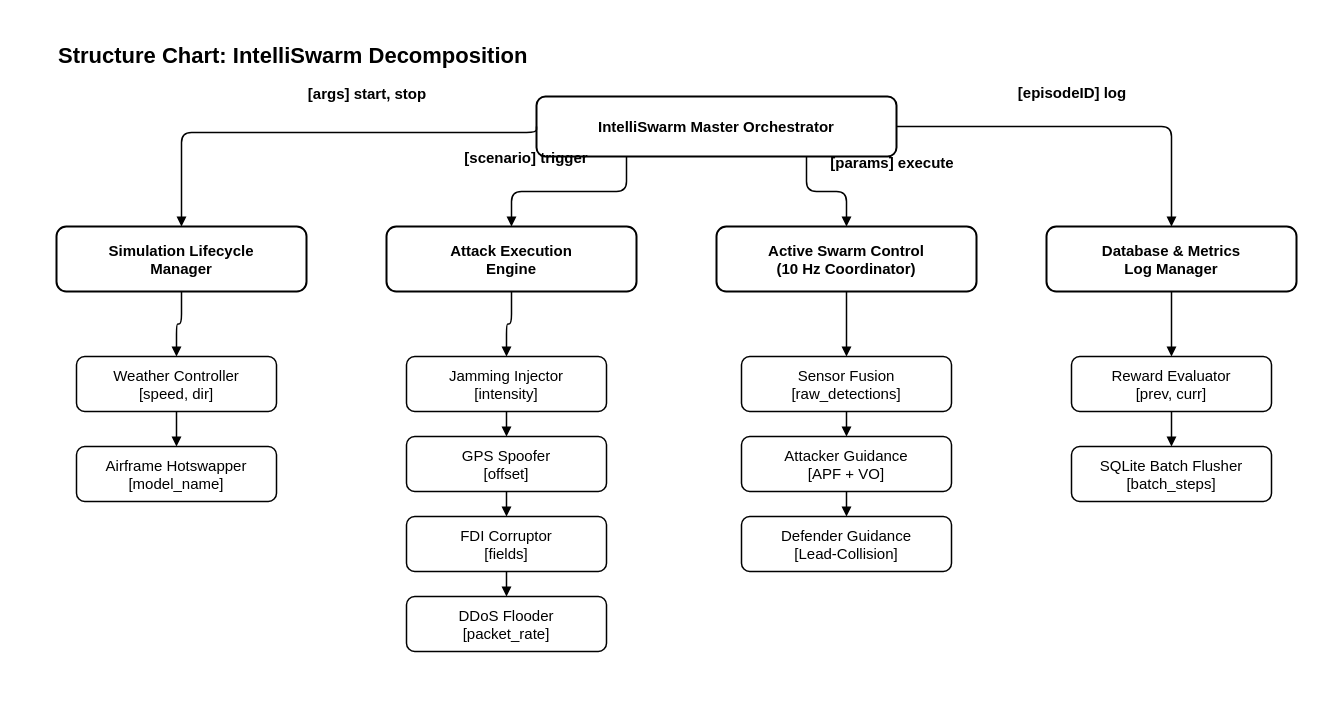
The draw.io diagram 12_structure_chart.drawio in sjd-1214/diagrams, before the edit. Source tidied: cells renumbered, new cells numbered last; positions are measured from the earlier drawing's top-left corner, leaving out a move shared by most shapes. Both pictures are drawn from the tidied source at 100%, with x=0, y=0 at pixel (56, 36).
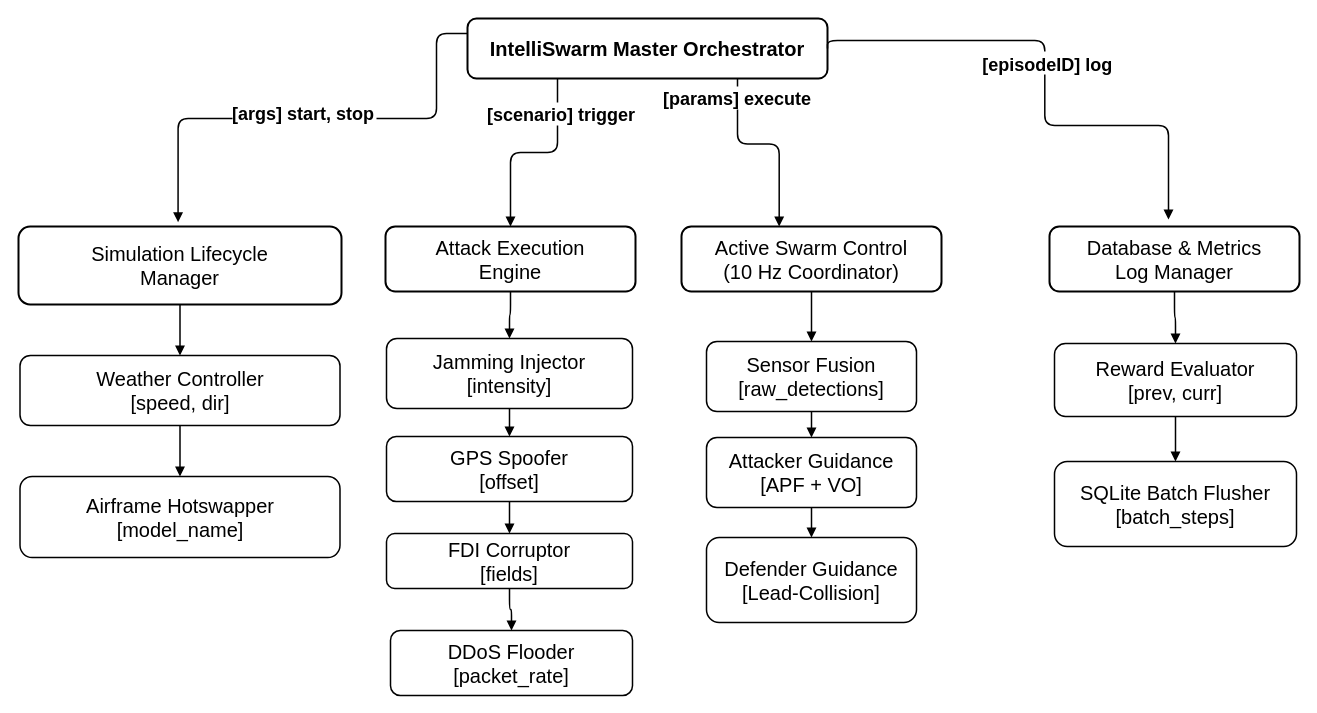
Above is the later version.

Commit message:
` -> wait, the diff provided in the prompt is malformed or cuts off mid-way.             Let's re-read the diff provided in the prompt carefully:             ```

What changed in the source:
```diff
@@
-    <mxCell id="2" value="&lt;b&gt;Structure Chart: IntelliSwarm Decomposition&lt;/b&gt;" style="text;html=1;fontFamily=Helvetica;fontColor=#000000;fontSize=22;fontStyle=1;fillColor=none;" parent="1" vertex="1">
-      <mxGeometry width="1200" height="35" as="geometry" />
-    </mxCell>
-    <mxCell id="3" value="&lt;b&gt;IntelliSwarm Master Orchestrator&lt;/b&gt;" style="rounded=1;whiteSpace=wrap;html=1;fillColor=none;strokeColor=#000000;strokeWidth=2;fontSize=15;fontFamily=Helvetica;fontColor=#000000;fontStyle=1;" parent="1" vertex="1">
-      <mxGeometry x="480" y="60" width="360" height="60" as="geometry" />
+    <mxCell id="3" value="&lt;b&gt;&lt;font style=&quot;font-size: 20px;&quot;&gt;IntelliSwarm Master Orchestrator&lt;/font&gt;&lt;/b&gt;" style="rounded=1;whiteSpace=wrap;html=1;fillColor=none;strokeColor=#000000;strokeWidth=2;fontSize=15;fontFamily=Helvetica;fontColor=#000000;fontStyle=1;" parent="1" vertex="1">
+      <mxGeometry x="411" y="-18" width="360" height="60" as="geometry" />
     </mxCell>
-    <mxCell id="4" value="&lt;b&gt;Simulation Lifecycle&lt;br&gt;Manager&lt;/b&gt;" style="rounded=1;whiteSpace=wrap;html=1;fillColor=none;strokeColor=#000000;strokeWidth=2;fontSize=15;fontFamily=Helvetica;fontColor=#000000;fontStyle=1;" parent="1" vertex="1">
-      <mxGeometry y="190" width="250" height="65" as="geometry" />
+    <mxCell id="4" value="&lt;font style=&quot;font-size: 20px; font-weight: normal;&quot;&gt;Simulation Lifecycle&lt;br&gt;Manager&lt;/font&gt;" style="rounded=1;whiteSpace=wrap;html=1;fillColor=none;strokeColor=#000000;strokeWidth=2;fontSize=15;fontFamily=Helvetica;fontColor=#000000;fontStyle=1;" parent="1" vertex="1">
+      <mxGeometry x="-38" y="190" width="323" height="78" as="geometry" />
     </mxCell>
-    <mxCell id="5" value="&lt;b&gt;Attack Execution&lt;br&gt;Engine&lt;/b&gt;" style="rounded=1;whiteSpace=wrap;html=1;fillColor=none;strokeColor=#000000;strokeWidth=2;fontSize=15;fontFamily=Helvetica;fontColor=#000000;fontStyle=1;" parent="1" vertex="1">
-      <mxGeometry x="330" y="190" width="250" height="65" as="geometry" />
+    <mxCell id="5" value="&lt;font style=&quot;font-size: 20px; font-weight: normal;&quot;&gt;Attack Execution&lt;br&gt;Engine&lt;/font&gt;" style="rounded=1;whiteSpace=wrap;html=1;fillColor=none;strokeColor=#000000;strokeWidth=2;fontSize=15;fontFamily=Helvetica;fontColor=#000000;fontStyle=1;" parent="1" vertex="1">
+      <mxGeometry x="329" y="190" width="250" height="65" as="geometry" />
     </mxCell>
-    <mxCell id="6" value="&lt;b&gt;Active Swarm Control&lt;br&gt;(10 Hz Coordinator)&lt;/b&gt;" style="rounded=1;whiteSpace=wrap;html=1;fillColor=none;strokeColor=#000000;strokeWidth=2;fontSize=15;fontFamily=Helvetica;fontColor=#000000;fontStyle=1;" parent="1" vertex="1">
-      <mxGeometry x="660" y="190" width="260" height="65" as="geometry" />
+    <mxCell id="6" value="&lt;font style=&quot;font-size: 20px; font-weight: normal;&quot;&gt;Active Swarm Control&lt;br&gt;(10 Hz Coordinator)&lt;/font&gt;" style="rounded=1;whiteSpace=wrap;html=1;fillColor=none;strokeColor=#000000;strokeWidth=2;fontSize=15;fontFamily=Helvetica;fontColor=#000000;fontStyle=1;" parent="1" vertex="1">
+      <mxGeometry x="625" y="190" width="260" height="65" as="geometry" />
     </mxCell>
-    <mxCell id="7" value="&lt;b&gt;Database &amp;amp; Metrics&lt;br&gt;Log Manager&lt;/b&gt;" style="rounded=1;whiteSpace=wrap;html=1;fillColor=none;strokeColor=#000000;strokeWidth=2;fontSize=15;fontFamily=Helvetica;fontColor=#000000;fontStyle=1;" parent="1" vertex="1">
-      <mxGeometry x="990" y="190" width="250" height="65" as="geometry" />
+    <mxCell id="7" value="&lt;span style=&quot;font-weight: normal;&quot;&gt;&lt;font style=&quot;font-size: 20px;&quot;&gt;Database &amp;amp; Metrics&lt;br&gt;Log Manager&lt;/font&gt;&lt;/span&gt;" style="rounded=1;whiteSpace=wrap;html=1;fillColor=none;strokeColor=#000000;strokeWidth=2;fontSize=15;fontFamily=Helvetica;fontColor=#000000;fontStyle=1;" parent="1" vertex="1">
+      <mxGeometry x="993" y="190" width="250" height="65" as="geometry" />
     </mxCell>
-    <mxCell id="8" value="Weather Controller&lt;br&gt;[speed, dir]" style="rounded=1;whiteSpace=wrap;html=1;fillColor=none;strokeColor=#000000;strokeWidth=1.5;fontSize=15;fontFamily=Helvetica;fontColor=#000000;" parent="1" vertex="1">
-      <mxGeometry x="20" y="320" width="200" height="55" as="geometry" />
+    <mxCell id="8" value="&lt;font style=&quot;font-size: 20px;&quot;&gt;Weather Controller&lt;br&gt;[speed, dir]&lt;/font&gt;" style="rounded=1;whiteSpace=wrap;html=1;fillColor=none;strokeColor=#000000;strokeWidth=1.5;fontSize=15;fontFamily=Helvetica;fontColor=#000000;" parent="1" vertex="1">
+      <mxGeometry x="-36.5" y="319" width="320" height="70" as="geometry" />
     </mxCell>
-    <mxCell id="9" value="Airframe Hotswapper&lt;br&gt;[model_name]" style="rounded=1;whiteSpace=wrap;html=1;fillColor=none;strokeColor=#000000;strokeWidth=1.5;fontSize=15;fontFamily=Helvetica;fontColor=#000000;" parent="1" vertex="1">
-      <mxGeometry x="20" y="410" width="200" height="55" as="geometry" />
+    <mxCell id="9" value="&lt;font style=&quot;font-size: 20px;&quot;&gt;Airframe Hotswapper&lt;br&gt;[model_name]&lt;/font&gt;" style="rounded=1;whiteSpace=wrap;html=1;fillColor=none;strokeColor=#000000;strokeWidth=1.5;fontSize=15;fontFamily=Helvetica;fontColor=#000000;" parent="1" vertex="1">
+      <mxGeometry x="-36.5" y="440" width="320" height="81" as="geometry" />
     </mxCell>
-    <mxCell id="10" value="Jamming Injector&lt;br&gt;[intensity]" style="rounded=1;whiteSpace=wrap;html=1;fillColor=none;strokeColor=#000000;strokeWidth=1.5;fontSize=15;fontFamily=Helvetica;fontColor=#000000;" parent="1" vertex="1">
-      <mxGeometry x="350" y="320" width="200" height="55" as="geometry" />
+    <mxCell id="10" value="&lt;font style=&quot;font-size: 20px;&quot;&gt;Jamming Injector&lt;br&gt;[intensity]&lt;/font&gt;" style="rounded=1;whiteSpace=wrap;html=1;fillColor=none;strokeColor=#000000;strokeWidth=1.5;fontSize=15;fontFamily=Helvetica;fontColor=#000000;" parent="1" vertex="1">
+      <mxGeometry x="330" y="302" width="246" height="70" as="geometry" />
     </mxCell>
-    <mxCell id="11" value="GPS Spoofer&lt;br&gt;[offset]" style="rounded=1;whiteSpace=wrap;html=1;fillColor=none;strokeColor=#000000;strokeWidth=1.5;fontSize=15;fontFamily=Helvetica;fontColor=#000000;" parent="1" vertex="1">
-      <mxGeometry x="350" y="400" width="200" height="55" as="geometry" />
+    <mxCell id="11" value="&lt;font style=&quot;font-size: 20px;&quot;&gt;GPS Spoofer&lt;br&gt;[offset]&lt;/font&gt;" style="rounded=1;whiteSpace=wrap;html=1;fillColor=none;strokeColor=#000000;strokeWidth=1.5;fontSize=15;fontFamily=Helvetica;fontColor=#000000;" parent="1" vertex="1">
+      <mxGeometry x="330" y="400" width="246" height="65" as="geometry" />
     </mxCell>
-    <mxCell id="12" value="FDI Corruptor&lt;br&gt;[fields]" style="rounded=1;whiteSpace=wrap;html=1;fillColor=none;strokeColor=#000000;strokeWidth=1.5;fontSize=15;fontFamily=Helvetica;fontColor=#000000;" parent="1" vertex="1">
-      <mxGeometry x="350" y="480" width="200" height="55" as="geometry" />
+    <mxCell id="12" value="&lt;font style=&quot;font-size: 20px;&quot;&gt;FDI Corruptor&lt;br&gt;[fields]&lt;/font&gt;" style="rounded=1;whiteSpace=wrap;html=1;fillColor=none;strokeColor=#000000;strokeWidth=1.5;fontSize=15;fontFamily=Helvetica;fontColor=#000000;" parent="1" vertex="1">
+      <mxGeometry x="330" y="497" width="246" height="55" as="geometry" />
     </mxCell>
-    <mxCell id="13" value="DDoS Flooder&lt;br&gt;[packet_rate]" style="rounded=1;whiteSpace=wrap;html=1;fillColor=none;strokeColor=#000000;strokeWidth=1.5;fontSize=15;fontFamily=Helvetica;fontColor=#000000;" parent="1" vertex="1">
-      <mxGeometry x="350" y="560" width="200" height="55" as="geometry" />
+    <mxCell id="13" value="&lt;font style=&quot;font-size: 20px;&quot;&gt;DDoS Flooder&lt;br&gt;[packet_rate]&lt;/font&gt;" style="rounded=1;whiteSpace=wrap;html=1;fillColor=none;strokeColor=#000000;strokeWidth=1.5;fontSize=15;fontFamily=Helvetica;fontColor=#000000;" parent="1" vertex="1">
+      <mxGeometry x="334" y="594" width="242" height="65" as="geometry" />
     </mxCell>
-    <mxCell id="14" value="Sensor Fusion&lt;br&gt;[raw_detections]" style="rounded=1;whiteSpace=wrap;html=1;fillColor=none;strokeColor=#000000;strokeWidth=1.5;fontSize=15;fontFamily=Helvetica;fontColor=#000000;" parent="1" vertex="1">
-      <mxGeometry x="685" y="320" width="210" height="55" as="geometry" />
+    <mxCell id="14" value="&lt;font style=&quot;font-size: 20px;&quot;&gt;Sensor Fusion&lt;br&gt;[raw_detections]&lt;/font&gt;" style="rounded=1;whiteSpace=wrap;html=1;fillColor=none;strokeColor=#000000;strokeWidth=1.5;fontSize=15;fontFamily=Helvetica;fontColor=#000000;" parent="1" vertex="1">
+      <mxGeometry x="650" y="305" width="210" height="70" as="geometry" />
     </mxCell>
-    <mxCell id="15" value="Attacker Guidance&lt;br&gt;[APF + VO]" style="rounded=1;whiteSpace=wrap;html=1;fillColor=none;strokeColor=#000000;strokeWidth=1.5;fontSize=15;fontFamily=Helvetica;fontColor=#000000;" parent="1" vertex="1">
-      <mxGeometry x="685" y="400" width="210" height="55" as="geometry" />
+    <mxCell id="15" value="&lt;font style=&quot;font-size: 20px;&quot;&gt;Attacker Guidance&lt;br&gt;[APF + VO]&lt;/font&gt;" style="rounded=1;whiteSpace=wrap;html=1;fillColor=none;strokeColor=#000000;strokeWidth=1.5;fontSize=15;fontFamily=Helvetica;fontColor=#000000;" parent="1" vertex="1">
+      <mxGeometry x="650" y="401" width="210" height="70" as="geometry" />
     </mxCell>
-    <mxCell id="16" value="Defender Guidance&lt;br&gt;[Lead-Collision]" style="rounded=1;whiteSpace=wrap;html=1;fillColor=none;strokeColor=#000000;strokeWidth=1.5;fontSize=15;fontFamily=Helvetica;fontColor=#000000;" parent="1" vertex="1">
-      <mxGeometry x="685" y="480" width="210" height="55" as="geometry" />
+    <mxCell id="16" value="&lt;font style=&quot;font-size: 20px;&quot;&gt;Defender Guidance&lt;br&gt;[Lead-Collision]&lt;/font&gt;" style="rounded=1;whiteSpace=wrap;html=1;fillColor=none;strokeColor=#000000;strokeWidth=1.5;fontSize=15;fontFamily=Helvetica;fontColor=#000000;" parent="1" vertex="1">
+      <mxGeometry x="650" y="501" width="210" height="85" as="geometry" />
     </mxCell>
-    <mxCell id="17" value="Reward Evaluator&lt;br&gt;[prev, curr]" style="rounded=1;whiteSpace=wrap;html=1;fillColor=none;strokeColor=#000000;strokeWidth=1.5;fontSize=15;fontFamily=Helvetica;fontColor=#000000;" parent="1" vertex="1">
-      <mxGeometry x="1015" y="320" width="200" height="55" as="geometry" />
+    <mxCell id="17" value="&lt;font style=&quot;font-size: 20px;&quot;&gt;Reward Evaluator&lt;br&gt;[prev, curr]&lt;/font&gt;" style="rounded=1;whiteSpace=wrap;html=1;fillColor=none;strokeColor=#000000;strokeWidth=1.5;fontSize=15;fontFamily=Helvetica;fontColor=#000000;" parent="1" vertex="1">
+      <mxGeometry x="998" y="307" width="242" height="73" as="geometry" />
     </mxCell>
-    <mxCell id="18" value="SQLite Batch Flusher&lt;br&gt;[batch_steps]" style="rounded=1;whiteSpace=wrap;html=1;fillColor=none;strokeColor=#000000;strokeWidth=1.5;fontSize=15;fontFamily=Helvetica;fontColor=#000000;" parent="1" vertex="1">
-      <mxGeometry x="1015" y="410" width="200" height="55" as="geometry" />
+    <mxCell id="18" value="&lt;font style=&quot;font-size: 20px;&quot;&gt;SQLite Batch Flusher&lt;br&gt;[batch_steps]&lt;/font&gt;" style="rounded=1;whiteSpace=wrap;html=1;fillColor=none;strokeColor=#000000;strokeWidth=1.5;fontSize=15;fontFamily=Helvetica;fontColor=#000000;" parent="1" vertex="1">
+      <mxGeometry x="998" y="425" width="242" height="85" as="geometry" />
     </mxCell>
-    <mxCell id="19" value="[args] start, stop" style="edgeStyle=orthogonalEdgeStyle;rounded=1;endArrow=block;strokeColor=#000000;strokeWidth=1.5;fontSize=15;fontFamily=Helvetica;fontColor=#000000;exitX=0;exitY=0.5;entryX=0.5;entryY=0;labelBackgroundColor=none;verticalAlign=bottom;spacingBottom=8;spacingLeft=10;spacingRight=10;fontStyle=1;" parent="1" edge="1" source="3" target="4">
-      <mxGeometry x="-0.23" y="-20" relative="1" as="geometry">
+    <mxCell id="19" value="[args] start, stop" style="edgeStyle=orthogonalEdgeStyle;rounded=1;endArrow=block;strokeColor=#000000;strokeWidth=1.5;fontSize=18;fontFamily=Helvetica;fontColor=#000000;exitX=0;exitY=0.25;labelBackgroundColor=default;verticalAlign=bottom;spacingBottom=8;spacingLeft=10;spacingRight=10;fontStyle=1;exitDx=0;exitDy=0;entryX=0.494;entryY=-0.055;entryDx=0;entryDy=0;entryPerimeter=0;" parent="1" edge="1" source="3" target="4">
+      <mxGeometry x="0.04" y="15" relative="1" as="geometry">
         <Array as="points">
-          <mxPoint x="480" y="96" />
-          <mxPoint x="125" y="96" />
+          <mxPoint x="380" y="-3" />
+          <mxPoint x="380" y="82" />
+          <mxPoint x="121.6" y="82" />
         </Array>
       </mxGeometry>
     </mxCell>
-    <mxCell id="20" value="[scenario] trigger" style="edgeStyle=orthogonalEdgeStyle;rounded=1;endArrow=block;strokeColor=#000000;strokeWidth=1.5;fontSize=15;fontFamily=Helvetica;fontColor=#000000;exitX=0.25;exitY=1;entryX=0.5;entryY=0;labelBackgroundColor=none;verticalAlign=bottom;spacingBottom=8;spacingLeft=10;spacingRight=10;fontStyle=1;" parent="1" edge="1" source="3" target="5">
-      <mxGeometry x="0.46" y="-15" relative="1" as="geometry" />
+    <mxCell id="20" value="[scenario] trigger" style="edgeStyle=orthogonalEdgeStyle;rounded=1;endArrow=block;strokeColor=#000000;strokeWidth=1.5;fontSize=18;fontFamily=Helvetica;fontColor=#000000;exitX=0.25;exitY=1;entryX=0.5;entryY=0;labelBackgroundColor=default;verticalAlign=bottom;spacingBottom=8;spacingLeft=10;spacingRight=10;fontStyle=1;" parent="1" edge="1" source="3" target="5">
+      <mxGeometry x="-0.43" y="4" relative="1" as="geometry" />
     </mxCell>
-    <mxCell id="21" value="[params] execute" style="edgeStyle=orthogonalEdgeStyle;rounded=1;endArrow=block;strokeColor=#000000;strokeWidth=1.5;fontSize=15;fontFamily=Helvetica;fontColor=#000000;exitX=0.75;exitY=1;entryX=0.5;entryY=0;labelBackgroundColor=none;verticalAlign=bottom;spacingBottom=8;spacingLeft=10;spacingRight=10;fontStyle=1;" parent="1" edge="1" source="3" target="6">
-      <mxGeometry x="0.36" y="47" relative="1" as="geometry">
-        <mxPoint x="-1" y="-10" as="offset" />
+    <mxCell id="21" value="[params] execute" style="edgeStyle=orthogonalEdgeStyle;rounded=1;endArrow=block;strokeColor=#000000;strokeWidth=1.5;fontSize=18;fontFamily=Helvetica;fontColor=#000000;exitX=0.75;exitY=1;labelBackgroundColor=default;verticalAlign=bottom;spacingBottom=8;spacingLeft=10;spacingRight=10;fontStyle=1;" parent="1" edge="1" source="3" target="6">
+      <mxGeometry x="-0.58" relative="1" as="geometry">
+        <Array as="points">
+          <mxPoint x="681" y="107.5" />
+          <mxPoint x="722.7" y="107.5" />
+        </Array>
       </mxGeometry>
     </mxCell>
-    <mxCell id="22" value="[episodeID] log" style="edgeStyle=orthogonalEdgeStyle;rounded=1;endArrow=block;strokeColor=#000000;strokeWidth=1.5;fontSize=15;fontFamily=Helvetica;fontColor=#000000;exitX=1;exitY=0.5;entryX=0.5;entryY=0;labelBackgroundColor=none;verticalAlign=bottom;spacingBottom=8;spacingLeft=10;spacingRight=10;fontStyle=1;" parent="1" edge="1" source="3" target="7">
-      <mxGeometry x="-0.06" y="15" relative="1" as="geometry" />
-    </mxCell>
@@
+    <mxCell id="22" value="[episodeID] log" style="edgeStyle=orthogonalEdgeStyle;rounded=1;endArrow=block;strokeColor=#000000;strokeWidth=1.5;fontSize=18;fontFamily=Helvetica;fontColor=#000000;exitX=1;exitY=0.5;entryX=0.5;entryY=0;labelBackgroundColor=default;verticalAlign=bottom;spacingBottom=8;spacingLeft=10;spacingRight=10;fontStyle=1;exitDx=0;exitDy=0;" parent="1" edge="1" source="3">
+      <mxGeometry x="0.02" y="3" relative="1" as="geometry">
+        <mxPoint x="1112" y="183" as="targetPoint" />
+        <Array as="points">
+          <mxPoint x="771" y="4" />
+          <mxPoint x="988.3" y="4" />
+          <mxPoint x="988.3" y="89.1" />
+          <mxPoint x="1112" y="89.1" />
+        </Array>
+      </mxGeometry>
+    </mxCell>
```
